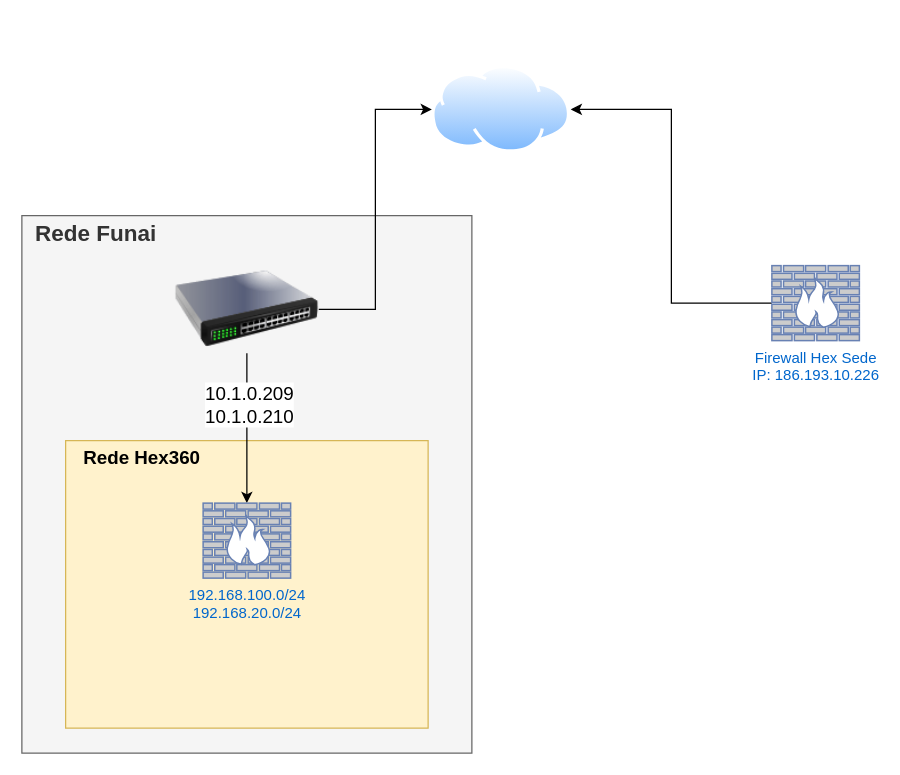
This is vpn-funai-sede.drawio from dionepcs/ghkskkdhsema, a draw.io file, before an edit. Source tidied: cells renumbered, new cells numbered last; positions are measured from the earlier drawing's top-left corner, leaving out a move shared by most shapes. Both pictures are drawn from the tidied source at 125%, with x=0, y=0 at pixel (21, 65).
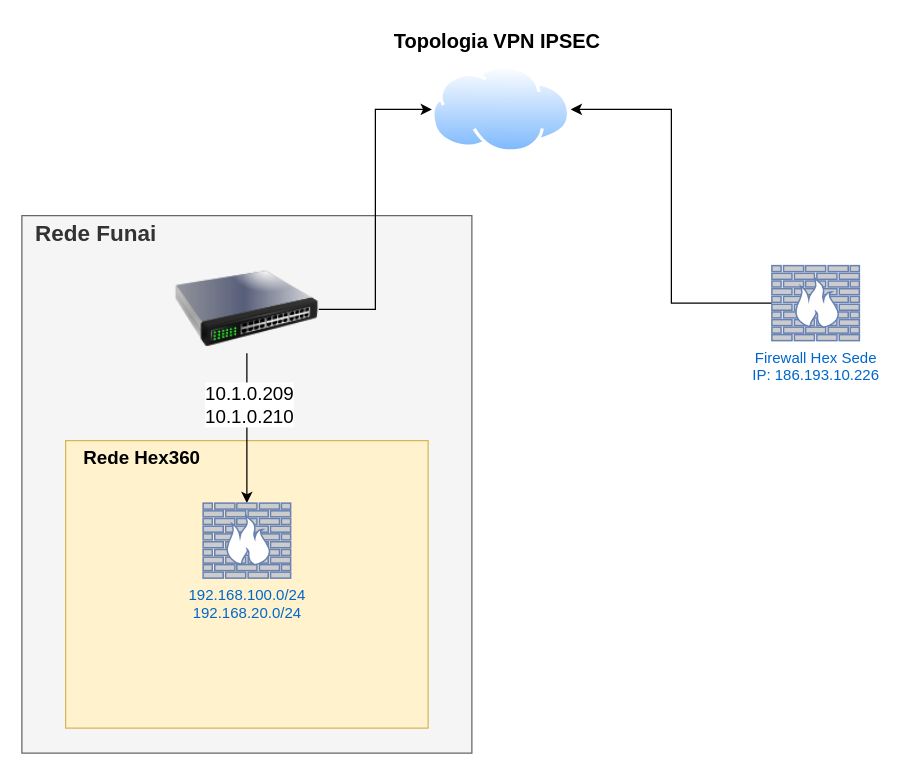
Above is the later version.

Change to the diagram source:
```diff
@@
 <mxGraphModel>
   <root>
     <mxCell id="0" />
     <mxCell id="1" parent="0" />
     <mxCell id="2" value="&lt;h2&gt;Rede Funai&lt;/h2&gt;" style="rounded=0;whiteSpace=wrap;html=1;fillColor=#f5f5f5;fontColor=#333333;strokeColor=#666666;labelPosition=left;verticalLabelPosition=top;align=right;verticalAlign=bottom;spacingBottom=-44;spacingRight=-110;spacingLeft=0;" parent="1" vertex="1">
       <mxGeometry y="120" width="360" height="430" as="geometry" />
     </mxCell>
     <mxCell id="3" style="perimeter=ellipsePerimeter;html=1;align=center;shadow=0;dashed=0;spacingTop=3;image;image=img/lib/active_directory/internet_cloud.svg;" parent="1" vertex="1">
       <mxGeometry x="328" width="111.1" height="70" as="geometry" />
     </mxCell>
     <mxCell id="4" style="edgeStyle=orthogonalEdgeStyle;rounded=0;jettySize=auto;html=1;entryX=1;entryY=0.5;entryDx=0;entryDy=0;" parent="1" edge="1" source="5" target="3">
       <mxGeometry relative="1" as="geometry" />
     </mxCell>
     <mxCell id="5" value="Firewall Hex Sede&lt;br&gt;IP: 186.193.10.226" style="fontColor=#0066CC;verticalAlign=top;verticalLabelPosition=bottom;labelPosition=center;align=center;html=1;outlineConnect=0;fillColor=#CCCCCC;strokeColor=#6881B3;gradientColor=none;gradientDirection=north;strokeWidth=2;shape=mxgraph.networks.firewall;" parent="1" vertex="1">
       <mxGeometry x="600" y="160" width="70" height="60" as="geometry" />
     </mxCell>
     <mxCell id="6" value="Rede Hex360" style="rounded=0;whiteSpace=wrap;html=1;spacingBottom=-25;labelPosition=left;verticalLabelPosition=top;align=right;verticalAlign=bottom;fontSize=15;fontStyle=1;fillColor=#fff2cc;strokeColor=#d6b656;spacingRight=-110;" parent="1" vertex="1">
       <mxGeometry x="35" y="300" width="290" height="230" as="geometry" />
     </mxCell>
     <mxCell id="7" style="edgeStyle=orthogonalEdgeStyle;rounded=0;jettySize=auto;html=1;fontSize=15;entryX=0;entryY=0.5;entryDx=0;entryDy=0;" parent="1" edge="1" source="10" target="3">
       <mxGeometry relative="1" as="geometry" />
     </mxCell>
     <mxCell id="8" style="edgeStyle=orthogonalEdgeStyle;rounded=0;jettySize=auto;html=1;fontSize=15;" parent="1" edge="1" source="10" target="11">
       <mxGeometry relative="1" as="geometry" />
     </mxCell>
     <mxCell id="9" value="10.1.0.209&lt;br&gt;10.1.0.210" style="edgeLabel;html=1;align=center;verticalAlign=middle;fontSize=15;" parent="8" vertex="1">
       <mxGeometry x="-0.33" y="1" relative="1" as="geometry" />
     </mxCell>
     <mxCell id="10" style="image;html=1;image=img/lib/clip_art/networking/Switch_128x128.png;fontSize=15;" parent="1" vertex="1">
       <mxGeometry x="122.5" y="160" width="115" height="70" as="geometry" />
     </mxCell>
     <mxCell id="11" value="192.168.100.0/24&lt;br&gt;192.168.20.0/24" style="fontColor=#0066CC;verticalAlign=top;verticalLabelPosition=bottom;labelPosition=center;align=center;html=1;outlineConnect=0;fillColor=#CCCCCC;strokeColor=#6881B3;gradientColor=none;gradientDirection=north;strokeWidth=2;shape=mxgraph.networks.firewall;" parent="1" vertex="1">
       <mxGeometry x="145" y="350" width="70" height="60" as="geometry" />
     </mxCell>
+    <mxCell id="12" value="Topologia VPN IPSEC" style="text;html=1;align=center;verticalAlign=middle;strokeColor=none;fillColor=none;fontSize=16;fontStyle=1;" parent="1" vertex="1">
+      <mxGeometry x="285" y="-35" width="190" height="30" as="geometry" />
+    </mxCell>
   </root>
 </mxGraphModel>
```
